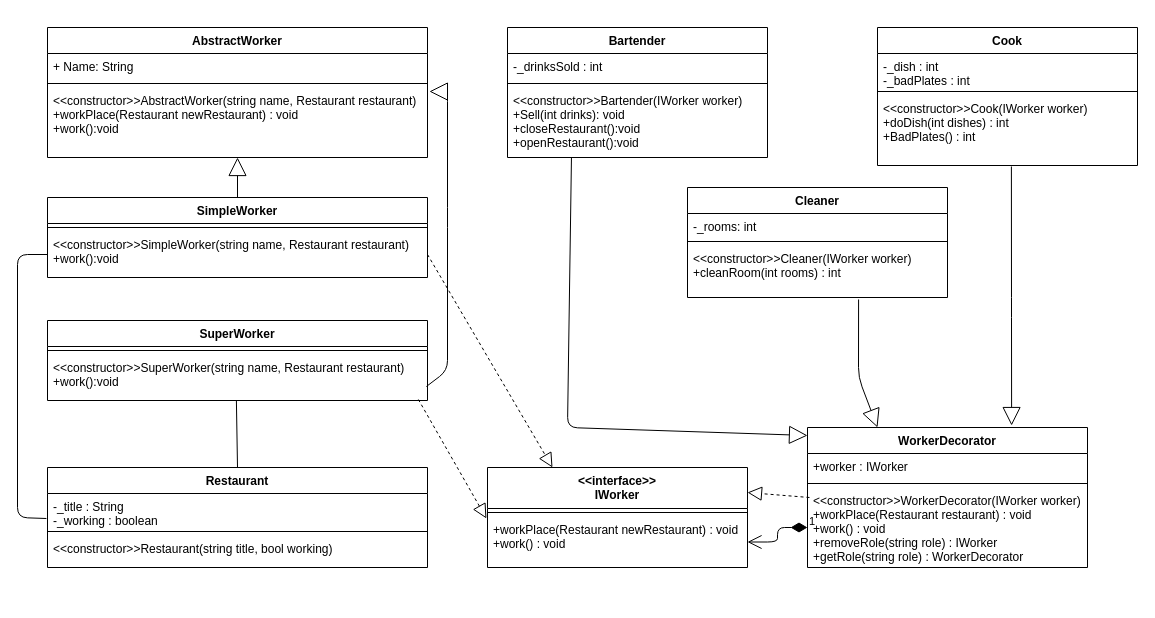
This is antra/diagrams/Decorator.drawio from gabrielezi/PSP, a draw.io file, before an edit. Source tidied: cells renumbered, new cells numbered last; positions are measured from the earlier drawing's top-left corner, leaving out a move shared by most shapes. Both pictures are drawn from the tidied source at 100%, with x=0, y=0 at pixel (17, 27).
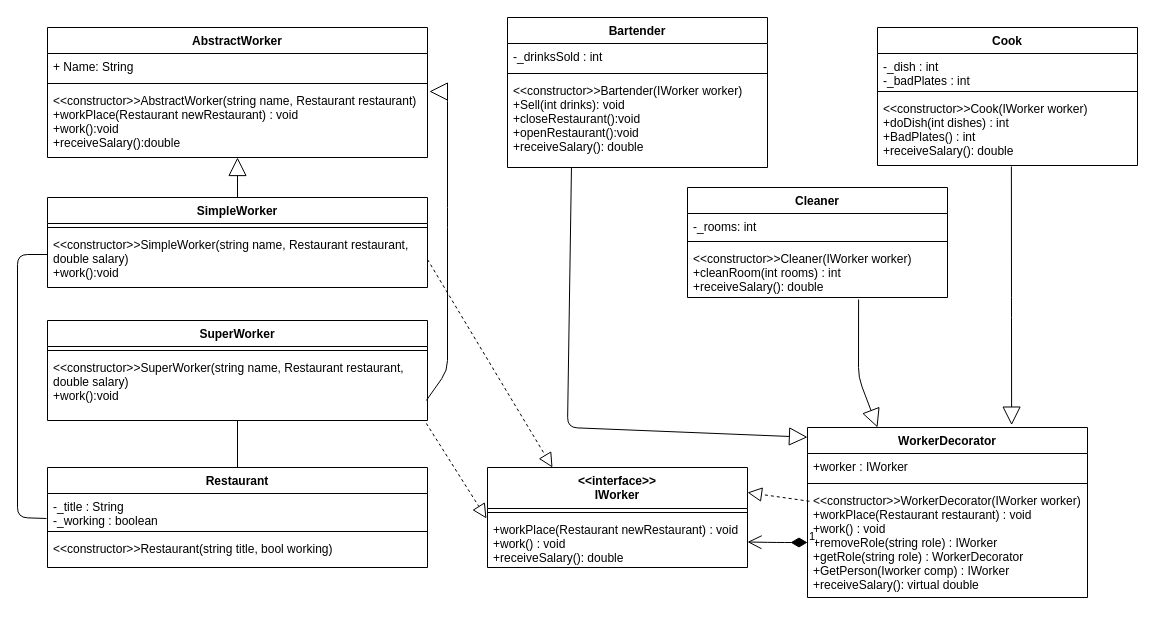
After the change.

The change refers to these unchanged cells:
```xml
<mxCell id="2" value="AbstractWorker" style="swimlane;fontStyle=1;align=center;verticalAlign=top;horizontal=1;startSize=26;" parent="1" vertex="1">
  <mxGeometry x="30" width="380" height="130" as="geometry" />
</mxCell>
<mxCell id="21" value="Cook" style="swimlane;fontStyle=1;align=center;verticalAlign=top;horizontal=1;startSize=26;" parent="1" vertex="1">
  <mxGeometry x="860" width="260" height="138" as="geometry" />
</mxCell>
<mxCell id="25" value="Cleaner" style="swimlane;fontStyle=1;align=center;verticalAlign=top;horizontal=1;startSize=26;" parent="1" vertex="1">
  <mxGeometry x="670" y="160" width="260" height="110" as="geometry" />
</mxCell>
<mxCell id="33" value="&lt;&lt;interface&gt;&gt;&#10;IWorker&#10;" style="swimlane;fontStyle=1;align=center;verticalAlign=top;horizontal=1;startSize=41;" parent="1" vertex="1">
  <mxGeometry x="470" y="440" width="260" height="100" as="geometry" />
</mxCell>
```

What changed in the source:
```diff
@@
-    <mxCell id="5" value="&lt;&lt;constructor&gt;&gt;AbstractWorker(string name, Restaurant restaurant)&#10;+workPlace(Restaurant newRestaurant) : void&#10;+work():void" style="text;strokeColor=none;fillColor=none;align=left;verticalAlign=top;spacingLeft=4;spacingRight=4;overflow=hidden;points=[[0,0.5],[1,0.5]];portConstraint=eastwest;" parent="2" vertex="1">
+    <mxCell id="5" value="&lt;&lt;constructor&gt;&gt;AbstractWorker(string name, Restaurant restaurant)&#10;+workPlace(Restaurant newRestaurant) : void&#10;+work():void&#10;+receiveSalary():double" style="text;strokeColor=none;fillColor=none;align=left;verticalAlign=top;spacingLeft=4;spacingRight=4;overflow=hidden;points=[[0,0.5],[1,0.5]];portConstraint=eastwest;" parent="2" vertex="1">
       <mxGeometry y="60" width="380" height="70" as="geometry" />
     </mxCell>
     <mxCell id="6" value="SimpleWorker" style="swimlane;fontStyle=1;align=center;verticalAlign=top;horizontal=1;startSize=26;" parent="1" vertex="1">
-      <mxGeometry x="30" y="170" width="380" height="80" as="geometry" />
+      <mxGeometry x="30" y="170" width="380" height="90" as="geometry" />
     </mxCell>
@@
-    <mxCell id="8" value="&lt;&lt;constructor&gt;&gt;SimpleWorker(string name, Restaurant restaurant)&#10;+work():void" style="text;strokeColor=none;fillColor=none;align=left;verticalAlign=top;spacingLeft=4;spacingRight=4;overflow=hidden;points=[[0,0.5],[1,0.5]];portConstraint=eastwest;" parent="6" vertex="1">
-      <mxGeometry y="34" width="380" height="46" as="geometry" />
+    <mxCell id="8" value="&lt;&lt;constructor&gt;&gt;SimpleWorker(string name, Restaurant restaurant,&#10;double salary)&#10;+work():void" style="text;strokeColor=none;fillColor=none;align=left;verticalAlign=top;spacingLeft=4;spacingRight=4;overflow=hidden;points=[[0,0.5],[1,0.5]];portConstraint=eastwest;" parent="6" vertex="1">
+      <mxGeometry y="34" width="380" height="56" as="geometry" />
     </mxCell>
     <mxCell id="9" value="SuperWorker" style="swimlane;fontStyle=1;align=center;verticalAlign=top;horizontal=1;startSize=26;" parent="1" vertex="1">
-      <mxGeometry x="30" y="293" width="380" height="80" as="geometry" />
+      <mxGeometry x="30" y="293" width="380" height="100" as="geometry" />
     </mxCell>
@@
-    <mxCell id="11" value="&lt;&lt;constructor&gt;&gt;SuperWorker(string name, Restaurant restaurant)&#10;+work():void" style="text;strokeColor=none;fillColor=none;align=left;verticalAlign=top;spacingLeft=4;spacingRight=4;overflow=hidden;points=[[0,0.5],[1,0.5]];portConstraint=eastwest;" parent="9" vertex="1">
-      <mxGeometry y="34" width="380" height="46" as="geometry" />
+    <mxCell id="11" value="&lt;&lt;constructor&gt;&gt;SuperWorker(string name, Restaurant restaurant,&#10;double salary)&#10;+work():void" style="text;strokeColor=none;fillColor=none;align=left;verticalAlign=top;spacingLeft=4;spacingRight=4;overflow=hidden;points=[[0,0.5],[1,0.5]];portConstraint=eastwest;" parent="9" vertex="1">
+      <mxGeometry y="34" width="380" height="66" as="geometry" />
     </mxCell>
@@
     <mxCell id="17" value="Bartender" style="swimlane;fontStyle=1;align=center;verticalAlign=top;horizontal=1;startSize=26;" parent="1" vertex="1">
-      <mxGeometry x="490" width="260" height="130" as="geometry" />
+      <mxGeometry x="490" y="-10" width="260" height="150" as="geometry" />
     </mxCell>
@@
-    <mxCell id="20" value="&lt;&lt;constructor&gt;&gt;Bartender(IWorker worker)&#10;+Sell(int drinks): void&#10;+closeRestaurant():void&#10;+openRestaurant():void" style="text;strokeColor=none;fillColor=none;align=left;verticalAlign=top;spacingLeft=4;spacingRight=4;overflow=hidden;points=[[0,0.5],[1,0.5]];portConstraint=eastwest;" parent="17" vertex="1">
-      <mxGeometry y="60" width="260" height="70" as="geometry" />
+    <mxCell id="20" value="&lt;&lt;constructor&gt;&gt;Bartender(IWorker worker)&#10;+Sell(int drinks): void&#10;+closeRestaurant():void&#10;+openRestaurant():void&#10;+receiveSalary(): double" style="text;strokeColor=none;fillColor=none;align=left;verticalAlign=top;spacingLeft=4;spacingRight=4;overflow=hidden;points=[[0,0.5],[1,0.5]];portConstraint=eastwest;" parent="17" vertex="1">
+      <mxGeometry y="60" width="260" height="90" as="geometry" />
     </mxCell>
@@
-    <mxCell id="24" value="&lt;&lt;constructor&gt;&gt;Cook(IWorker worker)&#10;+doDish(int dishes) : int&#10;+BadPlates() : int" style="text;strokeColor=none;fillColor=none;align=left;verticalAlign=top;spacingLeft=4;spacingRight=4;overflow=hidden;points=[[0,0.5],[1,0.5]];portConstraint=eastwest;" parent="21" vertex="1">
+    <mxCell id="24" value="&lt;&lt;constructor&gt;&gt;Cook(IWorker worker)&#10;+doDish(int dishes) : int&#10;+BadPlates() : int&#10;+receiveSalary(): double" style="text;strokeColor=none;fillColor=none;align=left;verticalAlign=top;spacingLeft=4;spacingRight=4;overflow=hidden;points=[[0,0.5],[1,0.5]];portConstraint=eastwest;" parent="21" vertex="1">
       <mxGeometry y="68" width="260" height="70" as="geometry" />
     </mxCell>
@@
-    <mxCell id="28" value="&lt;&lt;constructor&gt;&gt;Cleaner(IWorker worker)&#10;+cleanRoom(int rooms) : int" style="text;strokeColor=none;fillColor=none;align=left;verticalAlign=top;spacingLeft=4;spacingRight=4;overflow=hidden;points=[[0,0.5],[1,0.5]];portConstraint=eastwest;" parent="25" vertex="1">
+    <mxCell id="28" value="&lt;&lt;constructor&gt;&gt;Cleaner(IWorker worker)&#10;+cleanRoom(int rooms) : int&#10;+receiveSalary(): double" style="text;strokeColor=none;fillColor=none;align=left;verticalAlign=top;spacingLeft=4;spacingRight=4;overflow=hidden;points=[[0,0.5],[1,0.5]];portConstraint=eastwest;" parent="25" vertex="1">
       <mxGeometry y="58" width="260" height="52" as="geometry" />
     </mxCell>
     <mxCell id="29" value="WorkerDecorator" style="swimlane;fontStyle=1;align=center;verticalAlign=top;horizontal=1;startSize=26;" parent="1" vertex="1">
-      <mxGeometry x="790" y="400" width="280" height="140" as="geometry" />
+      <mxGeometry x="790" y="400" width="280" height="170" as="geometry" />
     </mxCell>
@@
-    <mxCell id="32" value="&lt;&lt;constructor&gt;&gt;WorkerDecorator(IWorker worker)&#10;+workPlace(Restaurant restaurant) : void&#10;+work() : void&#10;+removeRole(string role) : IWorker&#10;+getRole(string role) : WorkerDecorator" style="text;strokeColor=none;fillColor=none;align=left;verticalAlign=top;spacingLeft=4;spacingRight=4;overflow=hidden;points=[[0,0.5],[1,0.5]];portConstraint=eastwest;" parent="29" vertex="1">
-      <mxGeometry y="60" width="280" height="80" as="geometry" />
+    <mxCell id="32" value="&lt;&lt;constructor&gt;&gt;WorkerDecorator(IWorker worker)&#10;+workPlace(Restaurant restaurant) : void&#10;+work() : void&#10;+removeRole(string role) : IWorker&#10;+getRole(string role) : WorkerDecorator&#10;+GetPerson(Iworker comp) : IWorker&#10;+receiveSalary(): virtual double" style="text;strokeColor=none;fillColor=none;align=left;verticalAlign=top;spacingLeft=4;spacingRight=4;overflow=hidden;points=[[0,0.5],[1,0.5]];portConstraint=eastwest;" parent="29" vertex="1">
+      <mxGeometry y="60" width="280" height="110" as="geometry" />
     </mxCell>
@@
-    <mxCell id="35" value="+workPlace(Restaurant newRestaurant) : void&#10;+work() : void" style="text;strokeColor=none;fillColor=none;align=left;verticalAlign=top;spacingLeft=4;spacingRight=4;overflow=hidden;points=[[0,0.5],[1,0.5]];portConstraint=eastwest;" parent="33" vertex="1">
+    <mxCell id="35" value="+workPlace(Restaurant newRestaurant) : void&#10;+work() : void&#10;+receiveSalary(): double" style="text;strokeColor=none;fillColor=none;align=left;verticalAlign=top;spacingLeft=4;spacingRight=4;overflow=hidden;points=[[0,0.5],[1,0.5]];portConstraint=eastwest;" parent="33" vertex="1">
       <mxGeometry y="49" width="260" height="51" as="geometry" />
     </mxCell>
@@
-    <mxCell id="39" style="endArrow=block;dashed=1;endFill=0;endSize=12;html=1;exitX=0.976;exitY=0.978;exitDx=0;exitDy=0;exitPerimeter=0;entryX=-0.004;entryY=0.039;entryDx=0;entryDy=0;entryPerimeter=0;" parent="1" edge="1" source="11" target="35">
+    <mxCell id="39" style="endArrow=block;dashed=1;endFill=0;endSize=12;html=1;exitX=0.997;exitY=1.045;exitDx=0;exitDy=0;exitPerimeter=0;entryX=-0.004;entryY=0.039;entryDx=0;entryDy=0;entryPerimeter=0;" parent="1" edge="1" source="11" target="35">
       <mxGeometry relative="1" as="geometry" />
     </mxCell>
@@
-    <mxCell id="44" style="endArrow=none;html=1;exitX=0.5;exitY=0;exitDx=0;exitDy=0;entryX=0.497;entryY=1;entryDx=0;entryDy=0;entryPerimeter=0;" parent="1" edge="1">
+    <mxCell id="44" style="endArrow=none;html=1;exitX=0.5;exitY=0;exitDx=0;exitDy=0;" parent="1" edge="1" target="11">
       <mxGeometry relative="1" as="geometry">
         <mxPoint x="220" y="440" as="sourcePoint" />
-        <mxPoint x="218.9" y="373" as="targetPoint" />
       </mxGeometry>
     </mxCell>
```
